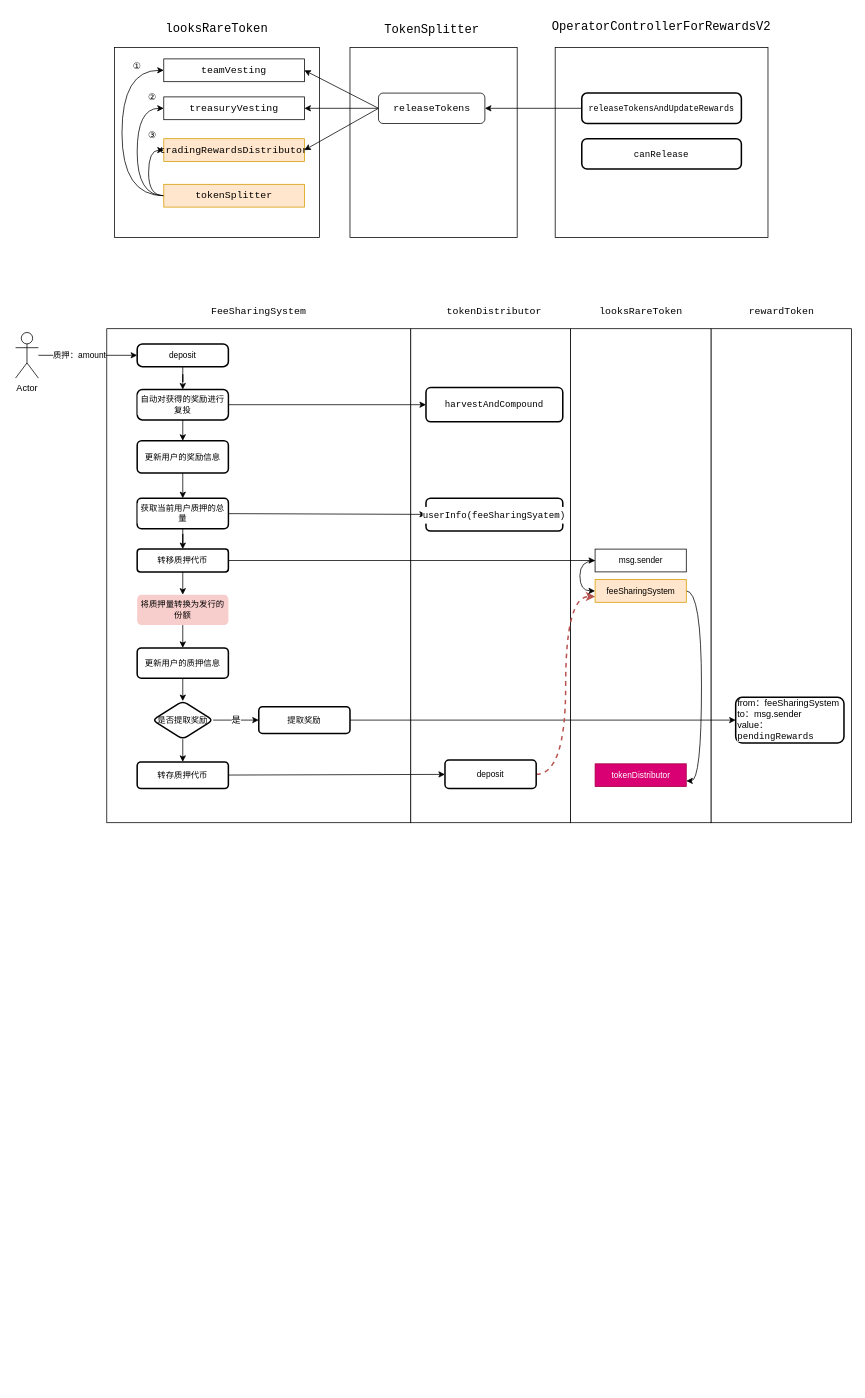
The draw.io diagram page "质押奖励" (2 of 4) of Untitled Diagram.drawio in zhgsnake/MirrorWay, before the edit. Source tidied: cells renumbered, new cells numbered last; positions are measured from the earlier drawing's top-left corner, leaving out a move shared by most shapes. Both pictures are drawn from the tidied source at 76%, with x=0, y=0 at pixel (15, 13).
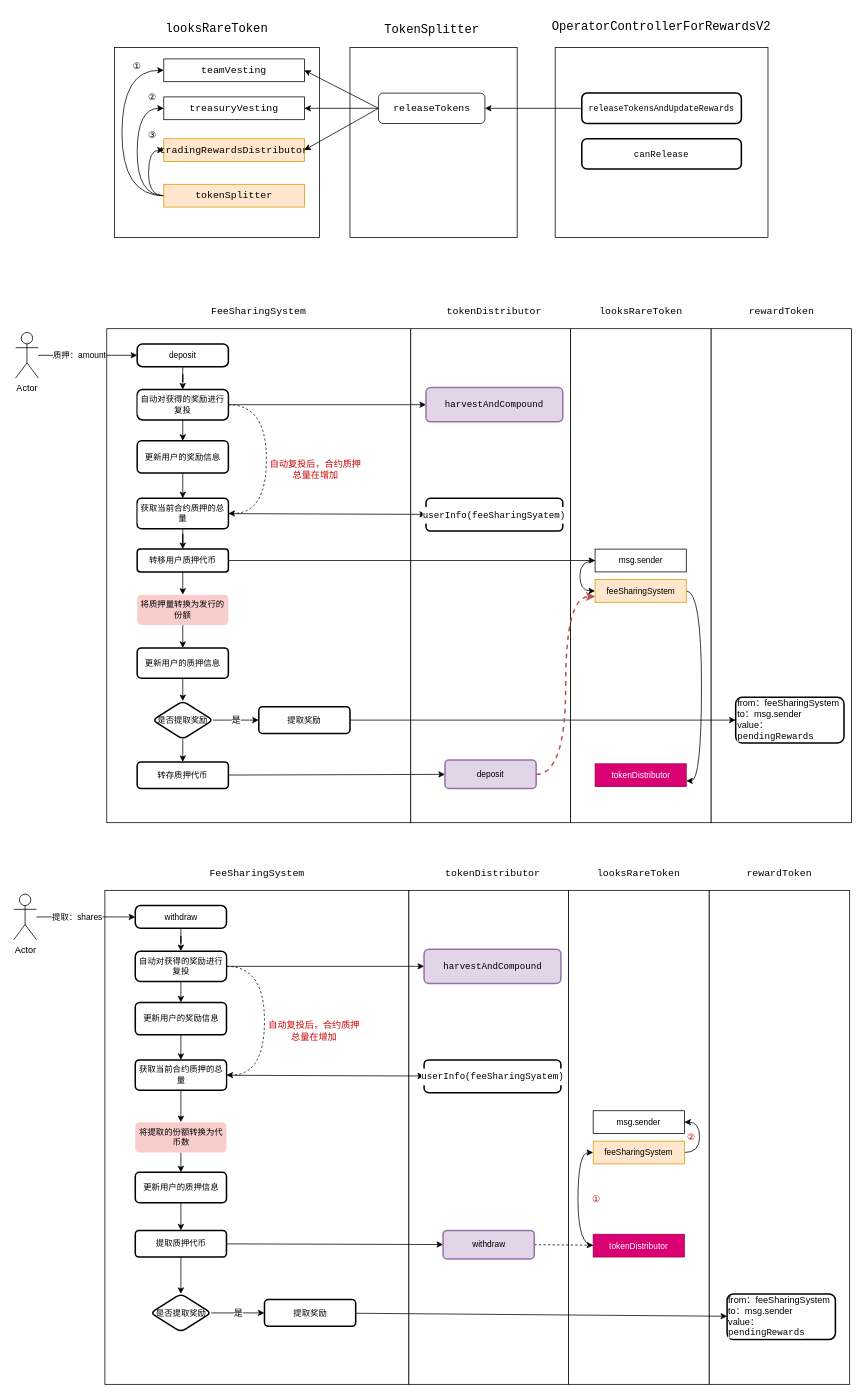
After the change.

Unchanged cells that the change refers to:
```xml
<mxCell id="38" value="自动对获得的奖励进行复投" style="rounded=1;whiteSpace=wrap;html=1;absoluteArcSize=1;arcSize=14;strokeWidth=2;labelBackgroundColor=default;labelBorderColor=none;fontSize=11;" parent="1" vertex="1">
  <mxGeometry x="160" y="495" width="120" height="40" as="geometry" />
</mxCell>
```

What changed in the source:
```diff
@@
-    <mxCell id="32" value="&lt;div style=&quot;color: rgb(0, 0, 0); background-color: rgb(255, 255, 255); font-family: Consolas, &amp;quot;Courier New&amp;quot;, monospace; font-weight: normal; font-size: 13px; line-height: 22px;&quot;&gt;&lt;div style=&quot;font-size: 13px;&quot;&gt;&lt;div style=&quot;font-size: 13px; line-height: 22px;&quot;&gt;FeeSharingSystem&lt;/div&gt;&lt;/div&gt;&lt;/div&gt;" style="text;whiteSpace=wrap;html=1;fontSize=13;align=center;" parent="1" vertex="1">
+    <mxCell id="32" value="&lt;div style=&quot;color: rgb(0, 0, 0); font-family: Consolas, &amp;quot;Courier New&amp;quot;, monospace; font-weight: normal; font-size: 13px; line-height: 22px;&quot;&gt;&lt;div style=&quot;font-size: 13px;&quot;&gt;&lt;div style=&quot;font-size: 13px; line-height: 22px;&quot;&gt;FeeSharingSystem&lt;/div&gt;&lt;/div&gt;&lt;/div&gt;" style="text;whiteSpace=wrap;html=1;fontSize=13;align=center;labelBackgroundColor=none;" parent="1" vertex="1">
       <mxGeometry x="220" y="375" width="200" height="40" as="geometry" />
     </mxCell>
-    <mxCell id="33" value="&lt;div style=&quot;color: rgb(0, 0, 0); background-color: rgb(255, 255, 255); font-family: Consolas, &amp;quot;Courier New&amp;quot;, monospace; font-weight: normal; font-size: 13px; line-height: 22px;&quot;&gt;&lt;div style=&quot;font-size: 13px;&quot;&gt;&lt;div style=&quot;font-size: 13px; line-height: 22px;&quot;&gt;tokenDistributor&lt;/div&gt;&lt;/div&gt;&lt;/div&gt;" style="text;whiteSpace=wrap;html=1;fontSize=13;align=center;" parent="1" vertex="1">
+    <mxCell id="33" value="&lt;div style=&quot;color: rgb(0, 0, 0); font-family: Consolas, &amp;quot;Courier New&amp;quot;, monospace; font-weight: normal; font-size: 13px; line-height: 22px;&quot;&gt;&lt;div style=&quot;font-size: 13px;&quot;&gt;&lt;div style=&quot;font-size: 13px; line-height: 22px;&quot;&gt;tokenDistributor&lt;/div&gt;&lt;/div&gt;&lt;/div&gt;" style="text;whiteSpace=wrap;html=1;fontSize=13;align=center;labelBackgroundColor=none;" parent="1" vertex="1">
       <mxGeometry x="570" y="375" width="120" height="40" as="geometry" />
     </mxCell>
@@
+    <mxCell id="70" style="edgeStyle=orthogonalEdgeStyle;rounded=0;jettySize=auto;html=1;exitX=1;exitY=0.5;exitDx=0;exitDy=0;entryX=1;entryY=0.5;entryDx=0;entryDy=0;curved=1;dashed=1;" parent="1" edge="1" source="38" target="41">
+      <mxGeometry relative="1" as="geometry">
+        <Array as="points">
+          <mxPoint x="330" y="515" />
+          <mxPoint x="330" y="658" />
+        </Array>
+      </mxGeometry>
+    </mxCell>
@@
-    <mxCell id="41" value="获取当前用户质押的总量" style="whiteSpace=wrap;html=1;fontSize=11;rounded=1;arcSize=14;strokeWidth=2;labelBackgroundColor=default;labelBorderColor=none;" parent="1" vertex="1">
+    <mxCell id="41" value="获取当前合约质押的总量" style="whiteSpace=wrap;html=1;fontSize=11;rounded=1;arcSize=14;strokeWidth=2;labelBackgroundColor=default;labelBorderColor=none;" parent="1" vertex="1">
       <mxGeometry x="160" y="638.1" width="120" height="40" as="geometry" />
     </mxCell>
@@
-    <mxCell id="45" value="转移质押代币" style="whiteSpace=wrap;html=1;fontSize=11;rounded=1;arcSize=14;strokeWidth=2;labelBackgroundColor=default;labelBorderColor=none;" parent="1" vertex="1">
+    <mxCell id="45" value="转移用户质押代币" style="whiteSpace=wrap;html=1;fontSize=11;rounded=1;arcSize=14;strokeWidth=2;labelBackgroundColor=default;labelBorderColor=none;" parent="1" vertex="1">
       <mxGeometry x="160" y="705" width="120" height="30" as="geometry" />
     </mxCell>
-    <mxCell id="46" value="&lt;div style=&quot;font-family: Consolas, &amp;quot;Courier New&amp;quot;, monospace; line-height: 22px;&quot;&gt;&lt;font style=&quot;font-size: 12px;&quot;&gt;harvestAndCompound&lt;/font&gt;&lt;/div&gt;" style="whiteSpace=wrap;html=1;fontSize=13;rounded=1;arcSize=14;strokeWidth=2;labelBackgroundColor=default;labelBorderColor=none;" parent="1" vertex="1">
+    <mxCell id="46" value="&lt;div style=&quot;font-family: Consolas, &amp;quot;Courier New&amp;quot;, monospace; line-height: 22px;&quot;&gt;&lt;font style=&quot;font-size: 12px;&quot;&gt;harvestAndCompound&lt;/font&gt;&lt;/div&gt;" style="whiteSpace=wrap;html=1;fontSize=13;rounded=1;arcSize=14;strokeWidth=2;labelBackgroundColor=none;labelBorderColor=none;fillColor=#e1d5e7;strokeColor=#9673a6;" parent="1" vertex="1">
       <mxGeometry x="540" y="492.5" width="180" height="45" as="geometry" />
     </mxCell>
@@
-    <mxCell id="64" value="deposit" style="whiteSpace=wrap;html=1;fontSize=11;rounded=1;arcSize=14;strokeWidth=2;labelBackgroundColor=none;labelBorderColor=none;" parent="1" vertex="1">
+    <mxCell id="64" value="deposit" style="whiteSpace=wrap;html=1;fontSize=11;rounded=1;arcSize=14;strokeWidth=2;labelBackgroundColor=none;labelBorderColor=none;fillColor=#e1d5e7;strokeColor=#9673a6;" parent="1" vertex="1">
       <mxGeometry x="565" y="982.5" width="120" height="37.5" as="geometry" />
     </mxCell>
@@
+    <mxCell id="71" value="自动复投后，合约质押总量在增加" style="text;html=1;strokeColor=none;fillColor=none;align=center;verticalAlign=middle;whiteSpace=wrap;rounded=0;labelBackgroundColor=none;fontColor=#CC0000;" parent="1" vertex="1">
+      <mxGeometry x="330" y="585" width="130" height="30" as="geometry" />
+    </mxCell>
+    <mxCell id="72" style="html=1;labelBackgroundColor=default;labelBorderColor=none;" parent="1" vertex="1">
+      <mxGeometry x="912.5" y="1154" width="185" height="650" as="geometry" />
+    </mxCell>
+    <mxCell id="73" style="html=1;labelBackgroundColor=default;labelBorderColor=none;" parent="1" vertex="1">
+      <mxGeometry x="727.5" y="1154" width="185" height="650" as="geometry" />
+    </mxCell>
+    <mxCell id="74" style="html=1;labelBackgroundColor=default;labelBorderColor=none;strokeColor=default;fillColor=default;" parent="1" vertex="1">
+      <mxGeometry x="117.5" y="1154" width="400" height="650" as="geometry" />
+    </mxCell>
+    <mxCell id="75" style="html=1;labelBackgroundColor=default;labelBorderColor=none;" parent="1" vertex="1">
+      <mxGeometry x="517.5" y="1154" width="210" height="650" as="geometry" />
+    </mxCell>
+    <mxCell id="76" style="edgeStyle=orthogonalEdgeStyle;rounded=0;jettySize=auto;html=1;fontSize=11;entryX=0;entryY=0.5;entryDx=0;entryDy=0;" parent="1" edge="1" source="78" target="82">
+      <mxGeometry relative="1" as="geometry" />
+    </mxCell>
+    <mxCell id="77" value="提取：shares" style="edgeLabel;html=1;align=center;verticalAlign=middle;fontSize=11;" parent="76" vertex="1">
+      <mxGeometry x="-0.18" y="1" relative="1" as="geometry" />
+    </mxCell>
+    <mxCell id="78" value="Actor" style="shape=umlActor;verticalLabelPosition=bottom;verticalAlign=top;html=1;labelBackgroundColor=default;labelBorderColor=none;" parent="1" vertex="1">
+      <mxGeometry x="-2.5" y="1159" width="30" height="60" as="geometry" />
+    </mxCell>
+    <mxCell id="79" value="&lt;div style=&quot;color: rgb(0, 0, 0); font-family: Consolas, &amp;quot;Courier New&amp;quot;, monospace; font-weight: normal; font-size: 13px; line-height: 22px;&quot;&gt;&lt;div style=&quot;font-size: 13px;&quot;&gt;&lt;div style=&quot;font-size: 13px; line-height: 22px;&quot;&gt;FeeSharingSystem&lt;/div&gt;&lt;/div&gt;&lt;/div&gt;" style="text;whiteSpace=wrap;html=1;fontSize=13;align=center;labelBackgroundColor=none;" parent="1" vertex="1">
+      <mxGeometry x="217.5" y="1114" width="200" height="40" as="geometry" />
+    </mxCell>
+    <mxCell id="80" value="&lt;div style=&quot;color: rgb(0, 0, 0); font-family: Consolas, &amp;quot;Courier New&amp;quot;, monospace; font-weight: normal; font-size: 13px; line-height: 22px;&quot;&gt;&lt;div style=&quot;font-size: 13px;&quot;&gt;&lt;div style=&quot;font-size: 13px; line-height: 22px;&quot;&gt;tokenDistributor&lt;/div&gt;&lt;/div&gt;&lt;/div&gt;" style="text;whiteSpace=wrap;html=1;fontSize=13;align=center;labelBackgroundColor=none;" parent="1" vertex="1">
+      <mxGeometry x="567.5" y="1114" width="120" height="40" as="geometry" />
+    </mxCell>
+    <mxCell id="81" style="edgeStyle=orthogonalEdgeStyle;rounded=0;jettySize=auto;html=1;fontSize=11;" parent="1" edge="1" source="82" target="86">
+      <mxGeometry relative="1" as="geometry" />
+    </mxCell>
+    <mxCell id="82" value="withdraw" style="rounded=1;whiteSpace=wrap;html=1;absoluteArcSize=1;arcSize=14;strokeWidth=2;labelBackgroundColor=default;labelBorderColor=none;fontSize=11;" parent="1" vertex="1">
+      <mxGeometry x="157.5" y="1174" width="120" height="30" as="geometry" />
+    </mxCell>
+    <mxCell id="83" style="edgeStyle=none;rounded=0;jettySize=auto;html=1;fontSize=13;" parent="1" edge="1" source="86" target="91">
+      <mxGeometry relative="1" as="geometry" />
+    </mxCell>
+    <mxCell id="84" style="edgeStyle=none;rounded=0;jettySize=auto;html=1;fontSize=12;" parent="1" edge="1" source="86" target="93">
+      <mxGeometry relative="1" as="geometry" />
+    </mxCell>
+    <mxCell id="85" style="edgeStyle=orthogonalEdgeStyle;rounded=0;jettySize=auto;html=1;exitX=1;exitY=0.5;exitDx=0;exitDy=0;entryX=1;entryY=0.5;entryDx=0;entryDy=0;curved=1;dashed=1;" parent="1" edge="1" source="86" target="89">
+      <mxGeometry relative="1" as="geometry">
+        <Array as="points">
+          <mxPoint x="327.5" y="1254" />
+          <mxPoint x="327.5" y="1397" />
+        </Array>
+      </mxGeometry>
+    </mxCell>
+    <mxCell id="86" value="自动对获得的奖励进行复投" style="rounded=1;whiteSpace=wrap;html=1;absoluteArcSize=1;arcSize=14;strokeWidth=2;labelBackgroundColor=default;labelBorderColor=none;fontSize=11;" parent="1" vertex="1">
+      <mxGeometry x="157.5" y="1234" width="120" height="40" as="geometry" />
+    </mxCell>
+    <mxCell id="87" style="edgeStyle=none;rounded=0;jettySize=auto;html=1;fontSize=12;" parent="1" edge="1" source="89" target="94">
+      <mxGeometry relative="1" as="geometry" />
+    </mxCell>
+    <mxCell id="88" style="rounded=0;jettySize=auto;html=1;exitX=0.5;exitY=1;exitDx=0;exitDy=0;entryX=0.5;entryY=0;entryDx=0;entryDy=0;fontColor=#CC0000;" parent="1" edge="1" source="89" target="96">
+      <mxGeometry relative="1" as="geometry" />
+    </mxCell>
+    <mxCell id="89" value="获取当前合约质押的总量" style="whiteSpace=wrap;html=1;fontSize=11;rounded=1;arcSize=14;strokeWidth=2;labelBackgroundColor=default;labelBorderColor=none;" parent="1" vertex="1">
+      <mxGeometry x="157.5" y="1377.1" width="120" height="40" as="geometry" />
+    </mxCell>
+    <mxCell id="90" value="&lt;div style=&quot;color: rgb(0, 0, 0); background-color: rgb(255, 255, 255); font-family: Consolas, &amp;quot;Courier New&amp;quot;, monospace; font-weight: normal; line-height: 22px;&quot;&gt;&lt;div style=&quot;&quot;&gt;&lt;span style=&quot;color: rgb(0, 0, 0);&quot;&gt;&lt;font style=&quot;font-size: 13px;&quot;&gt;looksRareToken&lt;/font&gt;&lt;/span&gt;&lt;/div&gt;&lt;/div&gt;" style="text;whiteSpace=wrap;html=1;fontSize=11;align=center;" parent="1" vertex="1">
+      <mxGeometry x="745" y="1114" width="150" height="40" as="geometry" />
+    </mxCell>
+    <mxCell id="91" value="&lt;div style=&quot;font-family: Consolas, &amp;quot;Courier New&amp;quot;, monospace; line-height: 22px;&quot;&gt;&lt;font style=&quot;font-size: 12px;&quot;&gt;harvestAndCompound&lt;/font&gt;&lt;/div&gt;" style="whiteSpace=wrap;html=1;fontSize=13;rounded=1;arcSize=14;strokeWidth=2;labelBackgroundColor=none;labelBorderColor=none;fillColor=#e1d5e7;strokeColor=#9673a6;" parent="1" vertex="1">
+      <mxGeometry x="537.5" y="1231.5" width="180" height="45" as="geometry" />
+    </mxCell>
+    <mxCell id="92" style="edgeStyle=none;rounded=0;jettySize=auto;html=1;fontSize=12;" parent="1" edge="1" source="93" target="89">
+      <mxGeometry relative="1" as="geometry" />
+    </mxCell>
+    <mxCell id="93" value="更新用户的奖励信息" style="whiteSpace=wrap;html=1;fontSize=11;rounded=1;arcSize=14;strokeWidth=2;labelBackgroundColor=default;labelBorderColor=none;" parent="1" vertex="1">
+      <mxGeometry x="157.5" y="1301.5" width="120" height="42.5" as="geometry" />
+    </mxCell>
+    <mxCell id="94" value="&lt;div style=&quot;font-family: Consolas, &amp;quot;Courier New&amp;quot;, monospace; line-height: 22px;&quot;&gt;&lt;font style=&quot;font-size: 12px;&quot;&gt;userInfo(feeSharingSyatem)&lt;/font&gt;&lt;/div&gt;" style="whiteSpace=wrap;html=1;fontSize=11;rounded=1;arcSize=14;strokeWidth=2;labelBackgroundColor=default;labelBorderColor=none;" parent="1" vertex="1">
+      <mxGeometry x="537.5" y="1377.1" width="180" height="43.1" as="geometry" />
+    </mxCell>
+    <mxCell id="95" style="edgeStyle=none;rounded=0;jettySize=auto;html=1;fontSize=12;" parent="1" edge="1" source="96" target="98">
+      <mxGeometry relative="1" as="geometry" />
+    </mxCell>
+    <mxCell id="96" value="将提取的份额转换为代币数" style="whiteSpace=wrap;html=1;fontSize=11;rounded=1;arcSize=14;strokeWidth=2;labelBackgroundColor=none;labelBorderColor=none;fillColor=#f8cecc;strokeColor=none;" parent="1" vertex="1">
+      <mxGeometry x="157.5" y="1459" width="120" height="40" as="geometry" />
+    </mxCell>
+    <mxCell id="97" style="edgeStyle=none;rounded=0;jettySize=auto;html=1;exitX=0.5;exitY=1;exitDx=0;exitDy=0;entryX=0.5;entryY=0;entryDx=0;entryDy=0;fontColor=#CC0000;" parent="1" edge="1" source="98" target="107">
+      <mxGeometry relative="1" as="geometry" />
+    </mxCell>
+    <mxCell id="98" value="更新用户的质押信息" style="whiteSpace=wrap;html=1;fontSize=11;rounded=1;arcSize=14;strokeWidth=2;labelBackgroundColor=none;labelBorderColor=none;" parent="1" vertex="1">
+      <mxGeometry x="157.5" y="1525" width="120" height="40" as="geometry" />
+    </mxCell>
+    <mxCell id="99" value="是" style="edgeStyle=none;rounded=0;jettySize=auto;html=1;fontSize=12;" parent="1" edge="1" source="100" target="102">
+      <mxGeometry relative="1" as="geometry" />
+    </mxCell>
+    <mxCell id="100" value="是否提取奖励" style="rhombus;whiteSpace=wrap;html=1;fontSize=11;rounded=1;arcSize=14;strokeWidth=2;labelBackgroundColor=none;labelBorderColor=none;" parent="1" vertex="1">
+      <mxGeometry x="177.5" y="1685" width="80" height="50" as="geometry" />
+    </mxCell>
+    <mxCell id="101" style="edgeStyle=none;rounded=0;jettySize=auto;html=1;fontSize=12;" parent="1" edge="1" source="102" target="104">
+      <mxGeometry relative="1" as="geometry" />
+    </mxCell>
+    <mxCell id="102" value="提取奖励" style="whiteSpace=wrap;html=1;fontSize=11;rounded=1;arcSize=14;strokeWidth=2;labelBackgroundColor=none;labelBorderColor=none;" parent="1" vertex="1">
+      <mxGeometry x="327.5" y="1692.5" width="120" height="35" as="geometry" />
+    </mxCell>
+    <mxCell id="103" value="&lt;div style=&quot;color: rgb(0, 0, 0); background-color: rgb(255, 255, 255); font-family: Consolas, &amp;quot;Courier New&amp;quot;, monospace; font-weight: normal; line-height: 22px;&quot;&gt;&lt;div style=&quot;&quot;&gt;&lt;span style=&quot;color: rgb(0, 0, 0);&quot;&gt;&lt;font style=&quot;font-size: 13px;&quot;&gt;rewardToken&lt;/font&gt;&lt;/span&gt;&lt;/div&gt;&lt;/div&gt;" style="text;whiteSpace=wrap;html=1;fontSize=11;align=center;" parent="1" vertex="1">
+      <mxGeometry x="930" y="1114" width="150" height="40" as="geometry" />
+    </mxCell>
+    <mxCell id="104" value="&lt;font style=&quot;font-size: 12px;&quot;&gt;from：feeSharingSystem&lt;br style=&quot;&quot;&gt;to：msg.sender&lt;br style=&quot;&quot;&gt;&lt;font style=&quot;font-size: 12px;&quot;&gt;value：&lt;span style=&quot;background-color: rgb(255, 255, 255); font-family: Consolas, &amp;quot;Courier New&amp;quot;, monospace;&quot;&gt;pendingRewards&lt;/span&gt;&lt;/font&gt;&lt;/font&gt;" style="whiteSpace=wrap;html=1;fontSize=11;rounded=1;arcSize=14;strokeWidth=2;labelBackgroundColor=none;labelBorderColor=none;align=left;" parent="1" vertex="1">
+      <mxGeometry x="936.2" y="1685" width="142.5" height="60" as="geometry" />
+    </mxCell>
+    <mxCell id="105" style="edgeStyle=none;rounded=0;jettySize=auto;html=1;fontSize=12;" parent="1" edge="1" source="107" target="109">
+      <mxGeometry relative="1" as="geometry" />
+    </mxCell>
+    <mxCell id="106" style="edgeStyle=orthogonalEdgeStyle;curved=1;rounded=0;jettySize=auto;html=1;exitX=0.5;exitY=1;exitDx=0;exitDy=0;entryX=0.5;entryY=0;entryDx=0;entryDy=0;fontColor=#CC0000;" parent="1" edge="1" source="107" target="100">
+      <mxGeometry relative="1" as="geometry" />
+    </mxCell>
+    <mxCell id="107" value="提取质押代币" style="whiteSpace=wrap;html=1;fontSize=11;rounded=1;arcSize=14;strokeWidth=2;labelBackgroundColor=none;labelBorderColor=none;" parent="1" vertex="1">
+      <mxGeometry x="157.5" y="1601.5" width="120" height="35" as="geometry" />
+    </mxCell>
+    <mxCell id="108" style="edgeStyle=none;rounded=0;jettySize=auto;html=1;exitX=1;exitY=0.5;exitDx=0;exitDy=0;fontColor=#CC0000;dashed=1;" parent="1" edge="1" source="109" target="114">
+      <mxGeometry relative="1" as="geometry" />
+    </mxCell>
+    <mxCell id="109" value="withdraw" style="whiteSpace=wrap;html=1;fontSize=11;rounded=1;arcSize=14;strokeWidth=2;labelBackgroundColor=none;labelBorderColor=none;fillColor=#e1d5e7;strokeColor=#9673a6;" parent="1" vertex="1">
+      <mxGeometry x="562.5" y="1601.5" width="120" height="37.5" as="geometry" />
+    </mxCell>
+    <mxCell id="110" style="edgeStyle=orthogonalEdgeStyle;curved=1;rounded=0;jettySize=auto;html=1;exitX=1;exitY=0.5;exitDx=0;exitDy=0;entryX=1;entryY=0.5;entryDx=0;entryDy=0;fontColor=#CC0000;" parent="1" edge="1" source="111" target="112">
+      <mxGeometry relative="1" as="geometry" />
+    </mxCell>
+    <mxCell id="111" value="&lt;span style=&quot;font-size: 11px; text-align: left;&quot;&gt;feeSharingSystem&lt;/span&gt;" style="rounded=0;whiteSpace=wrap;html=1;labelBackgroundColor=none;labelBorderColor=none;fontSize=12;strokeColor=#d79b00;fillColor=#ffe6cc;" parent="1" vertex="1">
+      <mxGeometry x="760" y="1484" width="120" height="30" as="geometry" />
+    </mxCell>
+    <mxCell id="112" value="&lt;span style=&quot;font-size: 11px; text-align: left; background-color: rgb(255, 255, 255);&quot;&gt;msg.sender&lt;/span&gt;" style="rounded=0;whiteSpace=wrap;html=1;labelBackgroundColor=none;labelBorderColor=none;fontSize=12;strokeColor=default;fillColor=default;" parent="1" vertex="1">
+      <mxGeometry x="760" y="1444" width="120" height="30" as="geometry" />
+    </mxCell>
+    <mxCell id="113" style="edgeStyle=orthogonalEdgeStyle;rounded=0;jettySize=auto;html=1;exitX=0;exitY=0.5;exitDx=0;exitDy=0;entryX=0;entryY=0.5;entryDx=0;entryDy=0;fontColor=#CC0000;curved=1;" parent="1" edge="1" source="114" target="111">
+      <mxGeometry relative="1" as="geometry" />
+    </mxCell>
+    <mxCell id="114" value="&lt;span style=&quot;font-size: 11px; text-align: left;&quot;&gt;tokenDistributor&lt;/span&gt;" style="rounded=0;whiteSpace=wrap;html=1;labelBackgroundColor=none;labelBorderColor=none;fontSize=12;strokeColor=#A50040;fillColor=#d80073;fontColor=#ffffff;" parent="1" vertex="1">
+      <mxGeometry x="760" y="1606.5" width="120" height="30" as="geometry" />
+    </mxCell>
+    <mxCell id="115" value="自动复投后，合约质押总量在增加" style="text;html=1;strokeColor=none;fillColor=none;align=center;verticalAlign=middle;whiteSpace=wrap;rounded=0;labelBackgroundColor=none;fontColor=#CC0000;" parent="1" vertex="1">
+      <mxGeometry x="327.5" y="1324" width="130" height="30" as="geometry" />
+    </mxCell>
+    <mxCell id="116" value="①" style="text;html=1;strokeColor=none;fillColor=none;align=center;verticalAlign=middle;whiteSpace=wrap;rounded=0;labelBackgroundColor=none;fontColor=#CC0000;" parent="1" vertex="1">
+      <mxGeometry x="747.5" y="1545" width="33" height="30" as="geometry" />
+    </mxCell>
+    <mxCell id="117" value="②" style="text;html=1;strokeColor=none;fillColor=none;align=center;verticalAlign=middle;whiteSpace=wrap;rounded=0;labelBackgroundColor=none;fontColor=#CC0000;" parent="1" vertex="1">
+      <mxGeometry x="873" y="1464" width="33" height="30" as="geometry" />
+    </mxCell>
```
